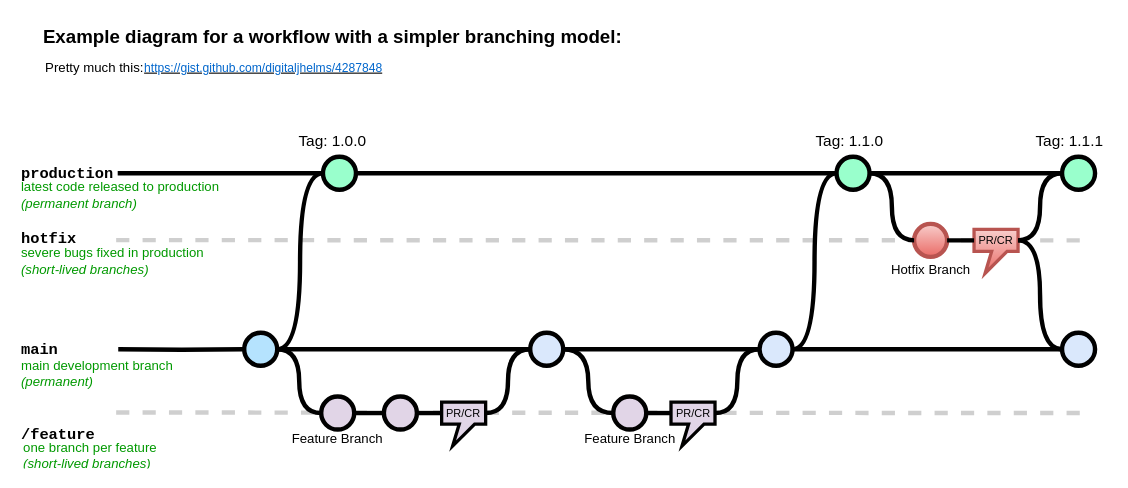
Above: page "simple jsi-flow" (1 of 2) of jsi-flow.drawio in bcrandell/data-assets (draw.io), before the change. Source tidied: cells renumbered, new cells numbered last; positions are measured from the earlier drawing's top-left corner, leaving out a move shared by most shapes. Both pictures are drawn from the tidied source at 110%, with x=0, y=0 at pixel (19, 19).
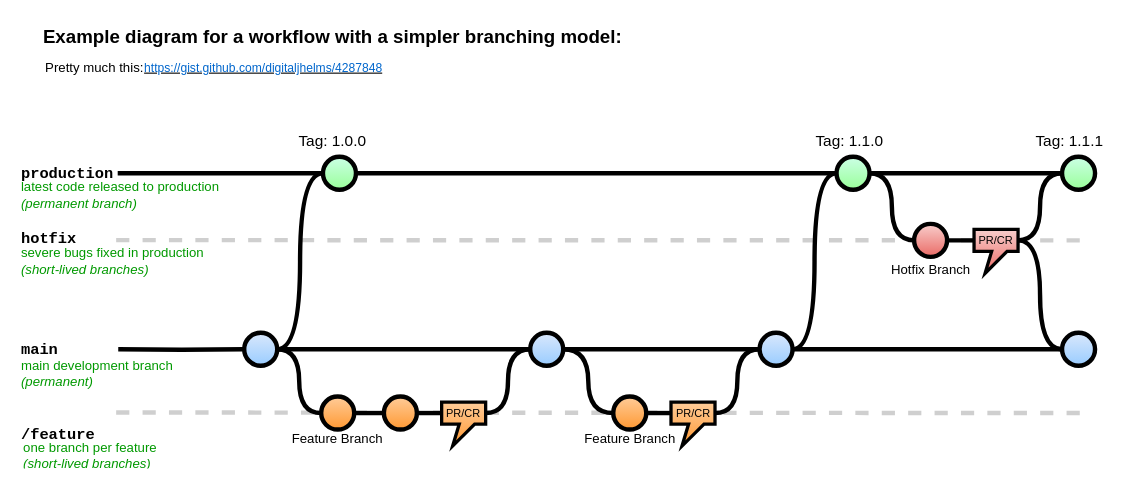
The same page after the edit.

The edit, as a diff of the source:
```diff
@@
-    <mxCell id="9" style="verticalLabelPosition=bottom;verticalAlign=top;html=1;strokeWidth=4;shape=mxgraph.flowchart.on-page_reference;plain-blue;gradientColor=none;fillColor=#B5E3Fe;strokeColor=#000000;" parent="1" vertex="1">
+    <mxCell id="9" style="verticalLabelPosition=bottom;verticalAlign=top;html=1;strokeWidth=4;shape=mxgraph.flowchart.on-page_reference;plain-blue;gradientColor=#99CCFF;fillColor=#DAE8FC;strokeColor=#000000;align=center;fontFamily=Helvetica;fontSize=12;fontColor=default;" parent="1" vertex="1">
       <mxGeometry x="204.5" y="285" width="30" height="30" as="geometry" />
     </mxCell>
@@
-    <mxCell id="11" style="verticalLabelPosition=bottom;verticalAlign=top;html=1;strokeWidth=4;shape=mxgraph.flowchart.on-page_reference;plain-blue;gradientColor=none;strokeColor=#000000;" parent="1" vertex="1">
+    <mxCell id="11" style="verticalLabelPosition=bottom;verticalAlign=top;html=1;strokeWidth=4;shape=mxgraph.flowchart.on-page_reference;plain-blue;gradientColor=#99CCFF;strokeColor=#000000;align=center;fontFamily=Helvetica;fontSize=12;fontColor=default;fillColor=#DAE8FC;" parent="1" vertex="1">
       <mxGeometry x="464.5" y="285" width="30" height="30" as="geometry" />
     </mxCell>
@@
-    <mxCell id="16" style="verticalLabelPosition=bottom;verticalAlign=top;html=1;strokeWidth=4;shape=mxgraph.flowchart.on-page_reference;plain-purple;gradientColor=none;strokeColor=#000000;" parent="1" vertex="1">
+    <mxCell id="16" style="verticalLabelPosition=bottom;verticalAlign=top;html=1;strokeWidth=4;shape=mxgraph.flowchart.on-page_reference;plain-purple;gradientColor=#FF9933;strokeColor=#000000;fillColor=#FFCC99;" parent="1" vertex="1">
       <mxGeometry x="274.5" y="343" width="30" height="30" as="geometry" />
     </mxCell>
@@
-    <mxCell id="18" style="verticalLabelPosition=bottom;verticalAlign=top;html=1;strokeWidth=4;shape=mxgraph.flowchart.on-page_reference;plain-purple;gradientColor=none;strokeColor=#000000;" parent="1" vertex="1">
+    <mxCell id="18" style="verticalLabelPosition=bottom;verticalAlign=top;html=1;strokeWidth=4;shape=mxgraph.flowchart.on-page_reference;plain-purple;gradientColor=#FF9933;strokeColor=#000000;fillColor=#FFCC99;" parent="1" vertex="1">
       <mxGeometry x="331.5" y="343" width="30" height="30" as="geometry" />
     </mxCell>
@@
-    <mxCell id="25" style="verticalLabelPosition=bottom;verticalAlign=top;html=1;strokeWidth=4;shape=mxgraph.flowchart.on-page_reference;plain-purple;gradientColor=none;strokeColor=#000000;fillColor=#99FFCC;" parent="1" vertex="1">
+    <mxCell id="25" style="verticalLabelPosition=bottom;verticalAlign=top;html=1;strokeWidth=4;shape=mxgraph.flowchart.on-page_reference;plain-purple;gradientColor=#99FF99;strokeColor=#000000;fillColor=#CCFFE6;" parent="1" vertex="1">
       <mxGeometry x="276.1" y="125" width="30" height="30" as="geometry" />
     </mxCell>
@@
-    <mxCell id="33" value="PR/CR" style="shape=callout;whiteSpace=wrap;html=1;perimeter=calloutPerimeter;strokeWidth=3;position2=0.25;size=20;position=0.4;base=14;fillColor=#e1d5e7;strokeColor=default;fontSize=10;" parent="1" vertex="1">
+    <mxCell id="33" value="PR/CR" style="shape=callout;whiteSpace=wrap;html=1;perimeter=calloutPerimeter;strokeWidth=3;position2=0.25;size=20;position=0.4;base=14;fillColor=#FFCC99;strokeColor=default;fontSize=10;gradientColor=#FF9933;" parent="1" vertex="1">
       <mxGeometry x="384" y="348" width="40" height="40" as="geometry" />
     </mxCell>
@@
-    <mxCell id="36" style="verticalLabelPosition=bottom;verticalAlign=top;html=1;strokeWidth=4;shape=mxgraph.flowchart.on-page_reference;plain-purple;gradientColor=none;strokeColor=#000000;" parent="1" vertex="1">
+    <mxCell id="36" style="verticalLabelPosition=bottom;verticalAlign=top;html=1;strokeWidth=4;shape=mxgraph.flowchart.on-page_reference;plain-purple;gradientColor=#FF9933;strokeColor=#000000;fillColor=#FFCC99;" parent="1" vertex="1">
       <mxGeometry x="540" y="343" width="30" height="30" as="geometry" />
     </mxCell>
-    <mxCell id="37" value="PR/CR" style="shape=callout;whiteSpace=wrap;html=1;perimeter=calloutPerimeter;strokeWidth=3;position2=0.25;size=20;position=0.4;base=14;fillColor=#e1d5e7;strokeColor=default;fontSize=10;" parent="1" vertex="1">
+    <mxCell id="37" value="PR/CR" style="shape=callout;whiteSpace=wrap;html=1;perimeter=calloutPerimeter;strokeWidth=3;position2=0.25;size=20;position=0.4;base=14;fillColor=#FFCC99;strokeColor=default;fontSize=10;gradientColor=#FF9933;" parent="1" vertex="1">
       <mxGeometry x="592.5" y="348" width="40" height="40" as="geometry" />
     </mxCell>
@@
-    <mxCell id="40" style="verticalLabelPosition=bottom;verticalAlign=top;html=1;strokeWidth=4;shape=mxgraph.flowchart.on-page_reference;plain-blue;gradientColor=none;strokeColor=#000000;" parent="1" vertex="1">
+    <mxCell id="40" style="verticalLabelPosition=bottom;verticalAlign=top;html=1;strokeWidth=4;shape=mxgraph.flowchart.on-page_reference;plain-blue;gradientColor=#99CCFF;strokeColor=#000000;align=center;fontFamily=Helvetica;fontSize=12;fontColor=default;fillColor=#DAE8FC;" parent="1" vertex="1">
       <mxGeometry x="673" y="285" width="30" height="30" as="geometry" />
     </mxCell>
@@
-    <mxCell id="42" style="group;" parent="1" vertex="1">
-      <mxGeometry x="743" y="125" width="235" height="190" as="geometry" />
-    </mxCell>
+    <mxCell id="54" style="edgeStyle=orthogonalEdgeStyle;rounded=0;jettySize=auto;html=1;entryX=0;entryY=0.5;entryDx=0;entryDy=0;entryPerimeter=0;strokeColor=default;strokeWidth=4;align=center;verticalAlign=middle;fontFamily=Helvetica;fontSize=15;fontColor=default;labelBackgroundColor=default;endArrow=none;endFill=0;curved=1;" parent="1" edge="1" source="40" target="45">
+      <mxGeometry relative="1" as="geometry" />
+    </mxCell>
+    <mxCell id="55" value="Feature Branch" style="text;html=1;strokeColor=none;fillColor=none;align=center;verticalAlign=middle;whiteSpace=wrap;overflow=hidden;" parent="1" vertex="1">
+      <mxGeometry x="247.2" y="367" width="84.5" height="30" as="geometry" />
+    </mxCell>
+    <mxCell id="56" value="Feature Branch" style="text;html=1;strokeColor=none;fillColor=none;align=center;verticalAlign=middle;whiteSpace=wrap;overflow=hidden;" parent="1" vertex="1">
+      <mxGeometry x="512.8" y="367" width="84.5" height="30" as="geometry" />
+    </mxCell>
+    <mxCell id="57" value="Tag: 1.1.1" style="text;html=1;strokeColor=none;fillColor=none;align=center;verticalAlign=middle;whiteSpace=wrap;overflow=hidden;fontSize=14;" parent="1" vertex="1">
+      <mxGeometry x="920" y="100" width="70" height="20" as="geometry" />
+    </mxCell>
+    <mxCell id="58" value="severe bugs fixed in production&lt;div&gt;&lt;i&gt;(short-lived branches)&lt;/i&gt;&lt;/div&gt;" style="text;html=1;strokeColor=none;fillColor=none;align=left;verticalAlign=middle;whiteSpace=wrap;overflow=hidden;fontSize=12;fontStyle=0;fontColor=#009900;" parent="1" vertex="1">
+      <mxGeometry y="200" width="210" height="40" as="geometry" />
+    </mxCell>
+    <mxCell id="59" value="latest code released to production&lt;div&gt;&lt;i&gt;(permanent branch)&lt;/i&gt;&lt;/div&gt;" style="text;html=1;strokeColor=none;fillColor=none;align=left;verticalAlign=middle;whiteSpace=wrap;overflow=hidden;fontSize=12;fontStyle=0;fontColor=#009900;" parent="1" vertex="1">
+      <mxGeometry x="0.2" y="140" width="217.8" height="40" as="geometry" />
+    </mxCell>
-    <mxCell id="43" style="verticalLabelPosition=bottom;verticalAlign=top;html=1;strokeWidth=4;shape=mxgraph.flowchart.on-page_reference;plain-blue;gradientColor=none;strokeColor=#000000;" parent="42" vertex="1">
-      <mxGeometry x="205" y="160" width="30" height="30" as="geometry" />
+    <mxCell id="43" style="verticalLabelPosition=bottom;verticalAlign=top;html=1;strokeWidth=4;shape=mxgraph.flowchart.on-page_reference;plain-blue;gradientColor=#99CCFF;strokeColor=#000000;" parent="1" vertex="1">
+      <mxGeometry x="948" y="285" width="30" height="30" as="geometry" />
     </mxCell>
-    <mxCell id="44" style="verticalLabelPosition=bottom;verticalAlign=top;html=1;strokeWidth=4;shape=mxgraph.flowchart.on-page_reference;plain-blue;gradientColor=#EA6B66;strokeColor=#B85450;fillColor=#F8CECC;" parent="42" vertex="1">
-      <mxGeometry x="70.5" y="61" width="30" height="30" as="geometry" />
+    <mxCell id="44" style="verticalLabelPosition=bottom;verticalAlign=top;html=1;strokeWidth=4;shape=mxgraph.flowchart.on-page_reference;plain-blue;gradientColor=#EA6B66;strokeColor=#000000;fillColor=#F8CECC;" parent="1" vertex="1">
+      <mxGeometry x="813.5" y="186" width="30" height="30" as="geometry" />
     </mxCell>
-    <mxCell id="45" style="verticalLabelPosition=bottom;verticalAlign=top;html=1;strokeWidth=4;shape=mxgraph.flowchart.on-page_reference;plain-purple;gradientColor=none;strokeColor=#000000;fillColor=#99FFCC;" parent="42" vertex="1">
-      <mxGeometry width="30" height="30" as="geometry" />
+    <mxCell id="45" style="verticalLabelPosition=bottom;verticalAlign=top;html=1;strokeWidth=4;shape=mxgraph.flowchart.on-page_reference;plain-purple;gradientColor=#99FF99;strokeColor=#000000;fillColor=#CCFFE6;" parent="1" vertex="1">
+      <mxGeometry x="743" y="125" width="30" height="30" as="geometry" />
     </mxCell>
-    <mxCell id="46" style="verticalLabelPosition=bottom;verticalAlign=top;html=1;strokeWidth=4;shape=mxgraph.flowchart.on-page_reference;plain-purple;gradientColor=none;strokeColor=#000000;fillColor=#99FFCC;" parent="42" vertex="1">
-      <mxGeometry x="205" width="30" height="30" as="geometry" />
+    <mxCell id="46" style="verticalLabelPosition=bottom;verticalAlign=top;html=1;strokeWidth=4;shape=mxgraph.flowchart.on-page_reference;plain-purple;gradientColor=#99FF99;strokeColor=#000000;fillColor=#CCFFE6;" parent="1" vertex="1">
+      <mxGeometry x="948" y="125" width="30" height="30" as="geometry" />
     </mxCell>
-    <mxCell id="47" value="PR/CR" style="shape=callout;whiteSpace=wrap;html=1;perimeter=calloutPerimeter;strokeWidth=3;position2=0.25;size=20;position=0.4;base=14;fillColor=#F8CECC;strokeColor=#B85450;align=center;verticalAlign=top;fontFamily=Helvetica;fontSize=10;fontColor=default;gradientColor=#EA6B66;spacing=0;" parent="42" vertex="1">
-      <mxGeometry x="125" y="66" width="40" height="40" as="geometry" />
+    <mxCell id="47" value="PR/CR" style="shape=callout;whiteSpace=wrap;html=1;perimeter=calloutPerimeter;strokeWidth=3;position2=0.25;size=20;position=0.4;base=14;fillColor=#F8CECC;strokeColor=#000000;align=center;verticalAlign=top;fontFamily=Helvetica;fontSize=10;fontColor=default;gradientColor=#EA6B66;spacing=0;" parent="1" vertex="1">
+      <mxGeometry x="868" y="191" width="40" height="40" as="geometry" />
     </mxCell>
-    <mxCell id="48" style="edgeStyle=orthogonalEdgeStyle;curved=1;rounded=0;jettySize=auto;html=1;endArrow=none;endFill=0;strokeWidth=4;fontFamily=Courier New;fontSize=16;entryX=0;entryY=0.5;entryDx=0;entryDy=0;entryPerimeter=0;exitX=1;exitY=0.5;exitDx=0;exitDy=0;exitPerimeter=0;" parent="42" edge="1" source="45" target="44">
+    <mxCell id="48" style="edgeStyle=orthogonalEdgeStyle;curved=1;rounded=0;jettySize=auto;html=1;endArrow=none;endFill=0;strokeWidth=4;fontFamily=Courier New;fontSize=16;entryX=0;entryY=0.5;entryDx=0;entryDy=0;entryPerimeter=0;exitX=1;exitY=0.5;exitDx=0;exitDy=0;exitPerimeter=0;" parent="1" edge="1" source="45" target="44">
       <mxGeometry relative="1" as="geometry" />
     </mxCell>
-    <mxCell id="49" style="edgeStyle=orthogonalEdgeStyle;rounded=0;jettySize=auto;html=1;entryX=0;entryY=0.5;entryDx=0;entryDy=0;entryPerimeter=0;strokeWidth=4;endArrow=none;endFill=0;exitX=1;exitY=0.5;exitDx=0;exitDy=0;exitPerimeter=0;" parent="42" edge="1" source="45" target="46">
+    <mxCell id="49" style="edgeStyle=orthogonalEdgeStyle;rounded=0;jettySize=auto;html=1;entryX=0;entryY=0.5;entryDx=0;entryDy=0;entryPerimeter=0;strokeWidth=4;endArrow=none;endFill=0;exitX=1;exitY=0.5;exitDx=0;exitDy=0;exitPerimeter=0;" parent="1" edge="1" source="45" target="46">
       <mxGeometry relative="1" as="geometry" />
     </mxCell>
-    <mxCell id="50" style="edgeStyle=orthogonalEdgeStyle;rounded=0;jettySize=auto;html=1;entryX=0;entryY=0.5;entryDx=0;entryDy=0;entryPerimeter=0;strokeColor=default;strokeWidth=4;align=center;verticalAlign=middle;fontFamily=Courier New;fontSize=16;fontColor=default;labelBackgroundColor=default;endArrow=none;endFill=0;curved=1;exitX=0;exitY=0;exitDx=40;exitDy=10;exitPerimeter=0;" parent="42" edge="1" source="47" target="46">
+    <mxCell id="50" style="edgeStyle=orthogonalEdgeStyle;rounded=0;jettySize=auto;html=1;entryX=0;entryY=0.5;entryDx=0;entryDy=0;entryPerimeter=0;strokeColor=default;strokeWidth=4;align=center;verticalAlign=middle;fontFamily=Courier New;fontSize=16;fontColor=default;labelBackgroundColor=default;endArrow=none;endFill=0;curved=1;exitX=0;exitY=0;exitDx=40;exitDy=10;exitPerimeter=0;" parent="1" edge="1" source="47" target="46">
       <mxGeometry relative="1" as="geometry" />
     </mxCell>
-    <mxCell id="51" style="edgeStyle=orthogonalEdgeStyle;rounded=0;jettySize=auto;html=1;entryX=0;entryY=0;entryDx=0;entryDy=10;entryPerimeter=0;strokeColor=default;strokeWidth=4;align=center;verticalAlign=middle;fontFamily=Courier New;fontSize=16;fontColor=default;labelBackgroundColor=default;endArrow=none;endFill=0;curved=1;" parent="42" edge="1" source="44" target="47">
+    <mxCell id="51" style="edgeStyle=orthogonalEdgeStyle;rounded=0;jettySize=auto;html=1;entryX=0;entryY=0;entryDx=0;entryDy=10;entryPerimeter=0;strokeColor=default;strokeWidth=4;align=center;verticalAlign=middle;fontFamily=Courier New;fontSize=16;fontColor=default;labelBackgroundColor=default;endArrow=none;endFill=0;curved=1;" parent="1" edge="1" source="44" target="47">
       <mxGeometry relative="1" as="geometry" />
     </mxCell>
-    <mxCell id="52" style="edgeStyle=orthogonalEdgeStyle;rounded=0;jettySize=auto;html=1;exitX=0;exitY=0;exitDx=40;exitDy=10;exitPerimeter=0;entryX=0;entryY=0.5;entryDx=0;entryDy=0;entryPerimeter=0;strokeColor=default;strokeWidth=4;align=center;verticalAlign=middle;fontFamily=Courier New;fontSize=16;fontColor=default;labelBackgroundColor=default;endArrow=none;endFill=0;curved=1;" parent="42" edge="1" source="47" target="43">
+    <mxCell id="52" style="edgeStyle=orthogonalEdgeStyle;rounded=0;jettySize=auto;html=1;exitX=0;exitY=0;exitDx=40;exitDy=10;exitPerimeter=0;entryX=0;entryY=0.5;entryDx=0;entryDy=0;entryPerimeter=0;strokeColor=default;strokeWidth=4;align=center;verticalAlign=middle;fontFamily=Courier New;fontSize=16;fontColor=default;labelBackgroundColor=default;endArrow=none;endFill=0;curved=1;" parent="1" edge="1" source="47" target="43">
       <mxGeometry relative="1" as="geometry" />
     </mxCell>
-    <mxCell id="53" value="Hotfix Branch" style="text;html=1;strokeColor=none;fillColor=none;align=center;verticalAlign=middle;whiteSpace=wrap;overflow=hidden;" parent="42" vertex="1">
-      <mxGeometry x="45.5" y="88" width="80" height="30" as="geometry" />
+    <mxCell id="53" value="Hotfix Branch" style="text;html=1;strokeColor=none;fillColor=none;align=center;verticalAlign=middle;whiteSpace=wrap;overflow=hidden;" parent="1" vertex="1">
+      <mxGeometry x="788.5" y="213" width="80" height="30" as="geometry" />
     </mxCell>
-    <mxCell id="54" style="edgeStyle=orthogonalEdgeStyle;rounded=0;jettySize=auto;html=1;entryX=0;entryY=0.5;entryDx=0;entryDy=0;entryPerimeter=0;strokeColor=default;strokeWidth=4;align=center;verticalAlign=middle;fontFamily=Helvetica;fontSize=15;fontColor=default;labelBackgroundColor=default;endArrow=none;endFill=0;curved=1;" parent="1" edge="1" source="40" target="45">
-      <mxGeometry relative="1" as="geometry" />
-    </mxCell>
-    <mxCell id="55" value="Feature Branch" style="text;html=1;strokeColor=none;fillColor=none;align=center;verticalAlign=middle;whiteSpace=wrap;overflow=hidden;" parent="1" vertex="1">
-      <mxGeometry x="247.2" y="367" width="84.5" height="30" as="geometry" />
-    </mxCell>
-    <mxCell id="56" value="Feature Branch" style="text;html=1;strokeColor=none;fillColor=none;align=center;verticalAlign=middle;whiteSpace=wrap;overflow=hidden;" parent="1" vertex="1">
-      <mxGeometry x="512.8" y="367" width="84.5" height="30" as="geometry" />
-    </mxCell>
-    <mxCell id="57" value="Tag: 1.1.1" style="text;html=1;strokeColor=none;fillColor=none;align=center;verticalAlign=middle;whiteSpace=wrap;overflow=hidden;fontSize=14;" parent="1" vertex="1">
-      <mxGeometry x="920" y="100" width="70" height="20" as="geometry" />
-    </mxCell>
-    <mxCell id="58" value="severe bugs fixed in production&lt;div&gt;&lt;i&gt;(short-lived branches)&lt;/i&gt;&lt;/div&gt;" style="text;html=1;strokeColor=none;fillColor=none;align=left;verticalAlign=middle;whiteSpace=wrap;overflow=hidden;fontSize=12;fontStyle=0;fontColor=#009900;" parent="1" vertex="1">
-      <mxGeometry y="200" width="210" height="40" as="geometry" />
-    </mxCell>
-    <mxCell id="59" value="latest code released to production&lt;div&gt;&lt;i&gt;(permanent branch)&lt;/i&gt;&lt;/div&gt;" style="text;html=1;strokeColor=none;fillColor=none;align=left;verticalAlign=middle;whiteSpace=wrap;overflow=hidden;fontSize=12;fontStyle=0;fontColor=#009900;" parent="1" vertex="1">
-      <mxGeometry x="0.2" y="140" width="217.8" height="40" as="geometry" />
-    </mxCell>
```
